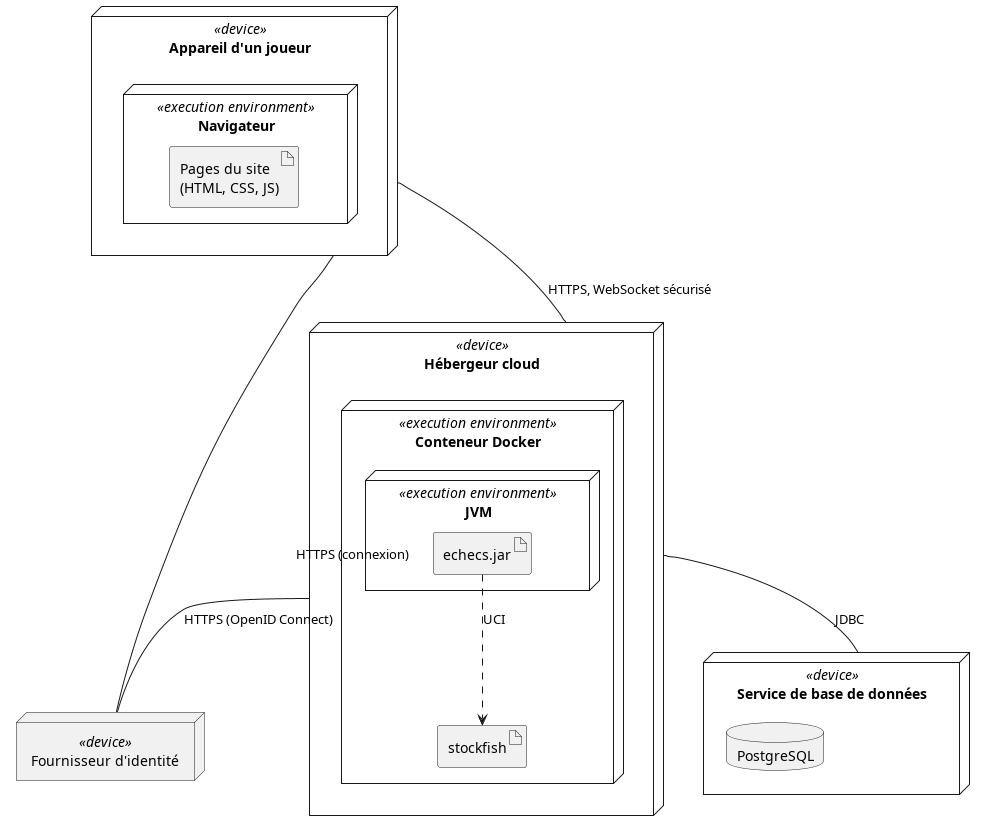
kevinBissouth/projet_echecs_tic315 keeps this PlantUML diagram as diagrams/deploiement-en-ligne.png. Above is the earlier version.
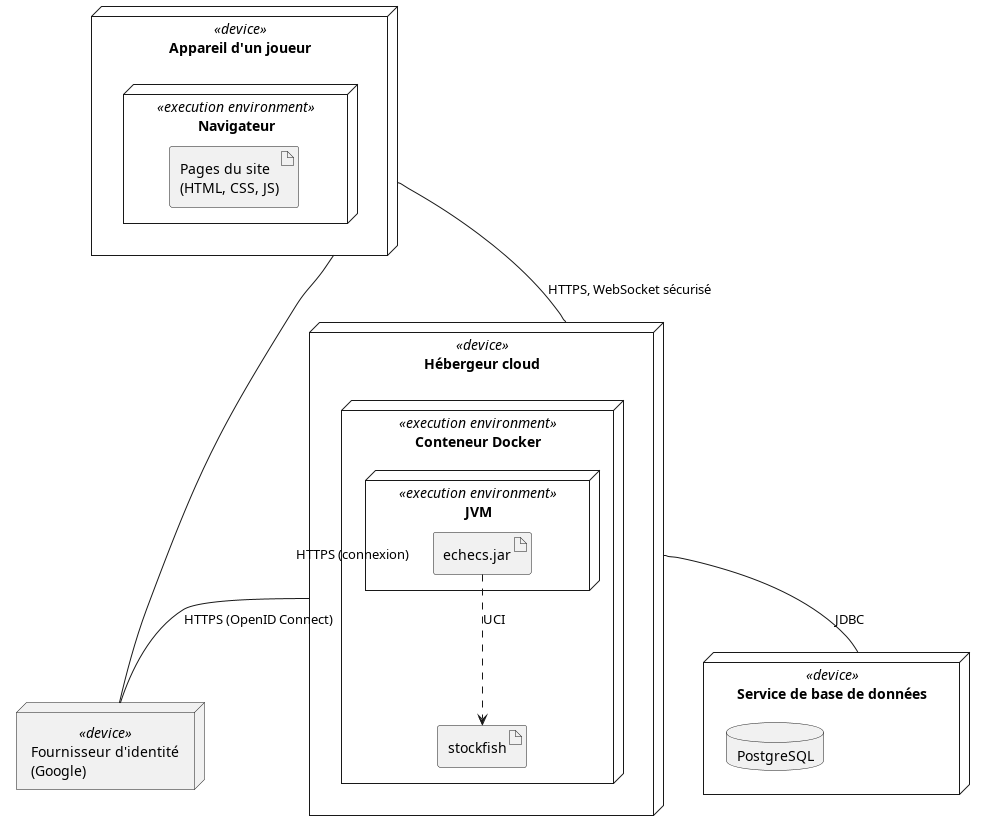
After the change.

Diff of the diagram source:
```diff
@@ -22,7 +22,7 @@
   database "PostgreSQL" as Base
 }
 
-node "Fournisseur d'identité" <<device>> as Fournisseur
+node "Fournisseur d'identité\n(Google)" <<device>> as Fournisseur
 
 Appareil -- Hebergeur : HTTPS, WebSocket sécurisé
 Appareil -- Fournisseur : HTTPS (connexion)
```
